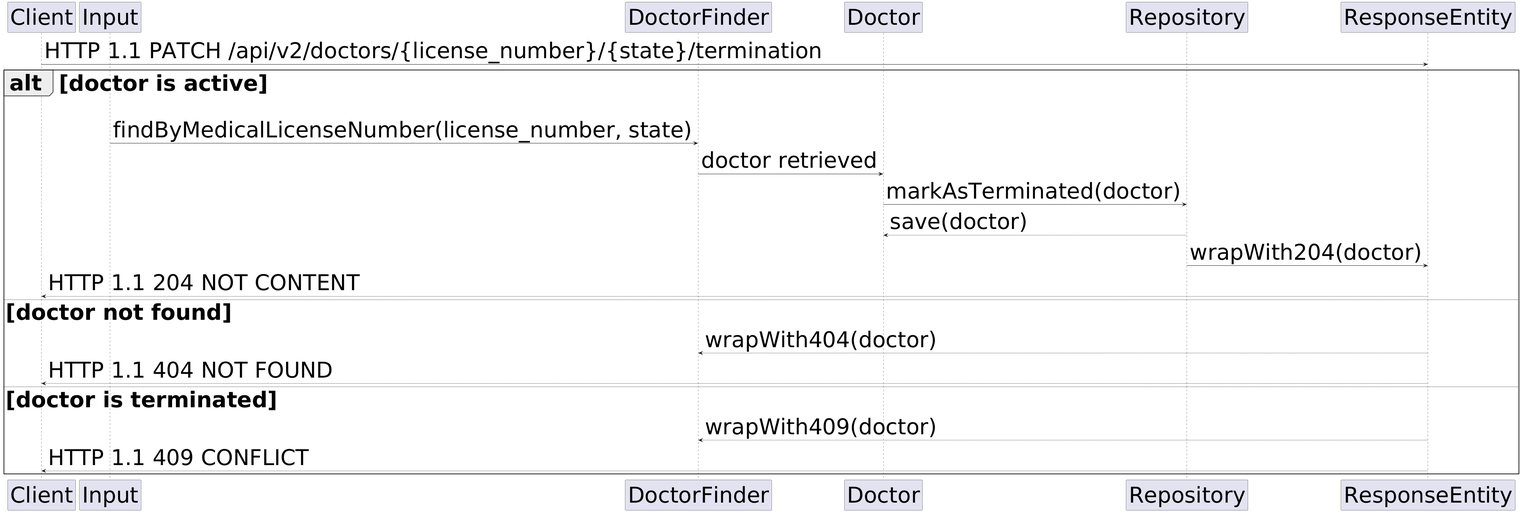
This is figures/doctor_termination_sequence_diagram.png from LazaroDamasceno/Dissertacao-Mestrado, a PlantUML export, as it was before one commit. Source of this version:
```plantuml
@startuml
skinparam defaultFontSize 58

participant "Client"
participant "Input" as input
participant "DoctorFinder" as finder
participant "Doctor" as entity
participant "Repository" as repository
participant "ResponseEntity"

Client -> ResponseEntity: HTTP 1.1 PATCH /api/v2/doctors/{license_number}/{state}/termination

alt doctor is active

input -> finder: findByMedicalLicenseNumber(license_number, state)

finder -> entity: doctor retrieved

entity -> repository: markAsTerminated(doctor)

entity <-- repository: save(doctor)

repository -> ResponseEntity: wrapWith204(doctor)

Client <-- ResponseEntity: HTTP 1.1 204 NOT CONTENT

else doctor not found

finder <-- ResponseEntity: wrapWith404(doctor)

Client <-- ResponseEntity: HTTP 1.1 404 NOT FOUND

else doctor is terminated

finder <-- ResponseEntity: wrapWith409(doctor)

Client <-- ResponseEntity: HTTP 1.1 409 CONFLICT

end
@enduml
```
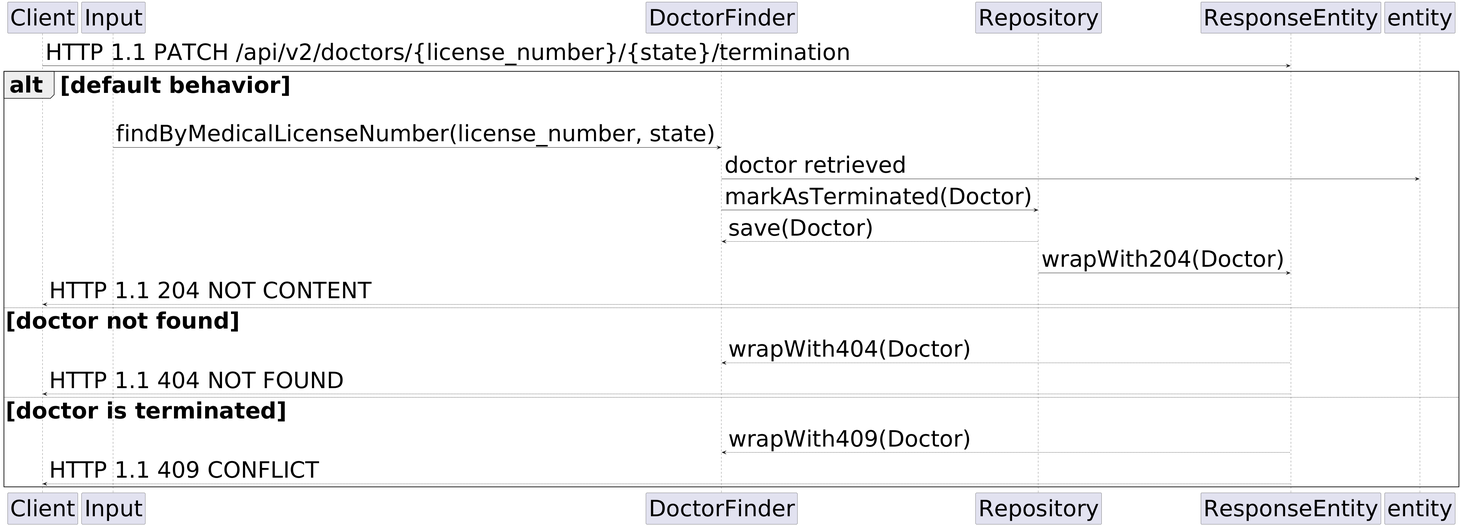
The same file after the commit.

Diff of the diagram source:
```diff
@@ -1,38 +1,37 @@
 @startuml
-skinparam defaultFontSize 58
+skinparam defaultFontSize 60
 
 participant "Client"
 participant "Input" as input
 participant "DoctorFinder" as finder
-participant "Doctor" as entity
 participant "Repository" as repository
 participant "ResponseEntity"
 
 Client -> ResponseEntity: HTTP 1.1 PATCH /api/v2/doctors/{license_number}/{state}/termination
 
-alt doctor is active
+alt default behavior
 
 input -> finder: findByMedicalLicenseNumber(license_number, state)
 
 finder -> entity: doctor retrieved
 
-entity -> repository: markAsTerminated(doctor)
+finder -> repository: markAsTerminated(Doctor)
 
-entity <-- repository: save(doctor)
+finder <-- repository: save(Doctor)
 
-repository -> ResponseEntity: wrapWith204(doctor)
+repository -> ResponseEntity: wrapWith204(Doctor)
 
 Client <-- ResponseEntity: HTTP 1.1 204 NOT CONTENT
 
 else doctor not found
 
-finder <-- ResponseEntity: wrapWith404(doctor)
+finder <-- ResponseEntity: wrapWith404(Doctor)
 
 Client <-- ResponseEntity: HTTP 1.1 404 NOT FOUND
 
 else doctor is terminated
 
-finder <-- ResponseEntity: wrapWith409(doctor)
+finder <-- ResponseEntity: wrapWith409(Doctor)
 
 Client <-- ResponseEntity: HTTP 1.1 409 CONFLICT
 
```
